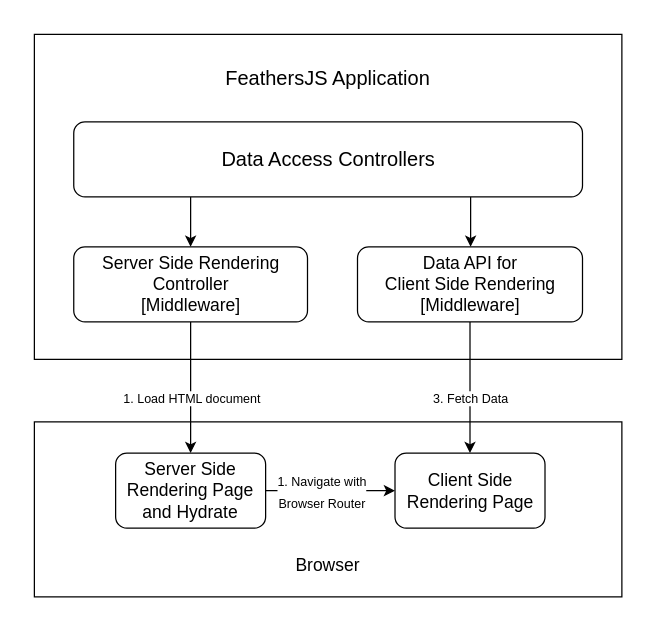
Before: diagrams.drawio in ShinChven/umijs-feathersjs-ssr-ts, a draw.io diagram. Source tidied: cells renumbered, new cells numbered last; positions are measured from the earlier drawing's top-left corner, leaving out a move shared by most shapes. Both pictures are drawn from the tidied source at 125%, with x=0, y=0 at pixel (34, 34).
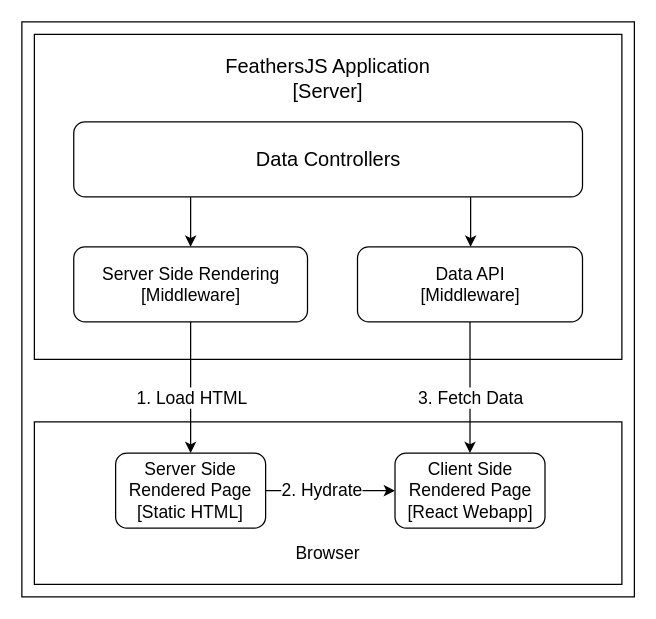
The same page after the edit.

Unchanged cells that the change refers to:
```xml
<mxCell id="8" style="edgeStyle=orthogonalEdgeStyle;rounded=0;jettySize=auto;html=1;entryX=0.5;entryY=0;entryDx=0;entryDy=0;fontSize=14;" parent="1" edge="1" source="10" target="16">
  <mxGeometry relative="1" as="geometry" />
</mxCell>
<mxCell id="11" style="edgeStyle=orthogonalEdgeStyle;rounded=0;jettySize=auto;html=1;fontSize=14;" parent="1" edge="1" source="13" target="17">
  <mxGeometry relative="1" as="geometry" />
</mxCell>
```

Change to the diagram source:
```diff
@@
+    <mxCell id="18" style="rounded=0;whiteSpace=wrap;html=1;fontSize=14;" parent="1" vertex="1">
+      <mxGeometry x="-10" y="-10" width="490" height="460" as="geometry" />
+    </mxCell>
     <mxCell id="2" style="rounded=0;whiteSpace=wrap;html=1;fontSize=14;" parent="1" vertex="1">
-      <mxGeometry y="310" width="470" height="140" as="geometry" />
+      <mxGeometry y="310" width="470" height="130" as="geometry" />
     </mxCell>
@@
-    <mxCell id="4" value="FeathersJS Application" style="text;html=1;strokeColor=none;fillColor=none;align=center;verticalAlign=middle;whiteSpace=wrap;rounded=0;fontSize=16;" parent="1" vertex="1">
+    <mxCell id="4" value="FeathersJS Application&lt;br&gt;[Server]" style="text;html=1;strokeColor=none;fillColor=none;align=center;verticalAlign=middle;whiteSpace=wrap;rounded=0;fontSize=16;" parent="1" vertex="1">
       <mxGeometry x="81.2" y="20" width="307.5" height="30" as="geometry" />
     </mxCell>
@@
-    <mxCell id="7" value="Data Access Controllers" style="rounded=1;whiteSpace=wrap;html=1;fontSize=16;" parent="1" vertex="1">
+    <mxCell id="7" value="Data Controllers" style="rounded=1;whiteSpace=wrap;html=1;fontSize=16;" parent="1" vertex="1">
       <mxGeometry x="31.5" y="70" width="407" height="60" as="geometry" />
     </mxCell>
@@
-    <mxCell id="9" value="1. Load HTML document" style="edgeLabel;html=1;align=center;verticalAlign=middle;fontSize=10;" parent="8" vertex="1">
+    <mxCell id="9" value="1. Load HTML" style="edgeLabel;html=1;align=center;verticalAlign=middle;fontSize=14;" parent="8" vertex="1">
       <mxGeometry x="-0.04" y="1" relative="1" as="geometry">
         <mxPoint x="-1" y="10" as="offset" />
       </mxGeometry>
     </mxCell>
-    <mxCell id="10" value="Server Side Rendering &lt;br&gt;Controller&lt;br&gt;[Middleware]" style="rounded=1;whiteSpace=wrap;html=1;fontSize=14;" parent="1" vertex="1">
+    <mxCell id="10" value="Server Side Rendering&lt;br&gt;[Middleware]" style="rounded=1;whiteSpace=wrap;html=1;fontSize=14;" parent="1" vertex="1">
       <mxGeometry x="31.5" y="170" width="187" height="60" as="geometry" />
     </mxCell>
@@
-    <mxCell id="12" value="3. Fetch Data" style="edgeLabel;html=1;align=center;verticalAlign=middle;fontSize=10;" parent="11" vertex="1">
+    <mxCell id="12" value="3. Fetch Data" style="edgeLabel;html=1;align=center;verticalAlign=middle;fontSize=14;" parent="11" vertex="1">
       <mxGeometry x="0.01" relative="1" as="geometry">
         <mxPoint y="7" as="offset" />
       </mxGeometry>
     </mxCell>
-    <mxCell id="13" value="Data API for &lt;br&gt;Client Side Rendering&lt;br&gt;[Middleware]" style="rounded=1;whiteSpace=wrap;html=1;fontSize=14;" parent="1" vertex="1">
+    <mxCell id="13" value="Data API&lt;br&gt;[Middleware]" style="rounded=1;whiteSpace=wrap;html=1;fontSize=14;" parent="1" vertex="1">
       <mxGeometry x="258.5" y="170" width="180" height="60" as="geometry" />
     </mxCell>
     <mxCell id="14" value="Browser" style="text;html=1;strokeColor=none;fillColor=none;align=center;verticalAlign=middle;whiteSpace=wrap;rounded=0;fontSize=14;" parent="1" vertex="1">
-      <mxGeometry x="205" y="410" width="60" height="30" as="geometry" />
+      <mxGeometry x="205" y="400" width="60" height="30" as="geometry" />
     </mxCell>
-    <mxCell id="15" value="&lt;font style=&quot;font-size: 10px;&quot;&gt;1. Navigate with &lt;br&gt;Browser Router&lt;br&gt;&lt;/font&gt;" style="edgeStyle=orthogonalEdgeStyle;rounded=0;jettySize=auto;html=1;fontSize=14;" parent="1" edge="1" source="16" target="17">
+    <mxCell id="15" value="&lt;font style=&quot;font-size: 14px;&quot;&gt;2. Hydrate&lt;br style=&quot;font-size: 14px;&quot;&gt;&lt;/font&gt;" style="edgeStyle=orthogonalEdgeStyle;rounded=0;jettySize=auto;html=1;fontSize=14;" parent="1" edge="1" source="16" target="17">
       <mxGeometry x="-0.13" relative="1" as="geometry" />
     </mxCell>
-    <mxCell id="16" value="Server Side Rendering Page&lt;br&gt;and Hydrate" style="rounded=1;whiteSpace=wrap;html=1;fontSize=14;" parent="1" vertex="1">
+    <mxCell id="16" value="Server Side Rendered Page&lt;br&gt;[Static HTML]" style="rounded=1;whiteSpace=wrap;html=1;fontSize=14;" parent="1" vertex="1">
       <mxGeometry x="65" y="335" width="120" height="60" as="geometry" />
     </mxCell>
-    <mxCell id="17" value="Client Side Rendering Page" style="whiteSpace=wrap;html=1;fontSize=14;rounded=1;" parent="1" vertex="1">
+    <mxCell id="17" value="Client Side Rendered Page&lt;br&gt;[React Webapp]" style="whiteSpace=wrap;html=1;fontSize=14;rounded=1;" parent="1" vertex="1">
       <mxGeometry x="288.5" y="335" width="120" height="60" as="geometry" />
     </mxCell>
```
